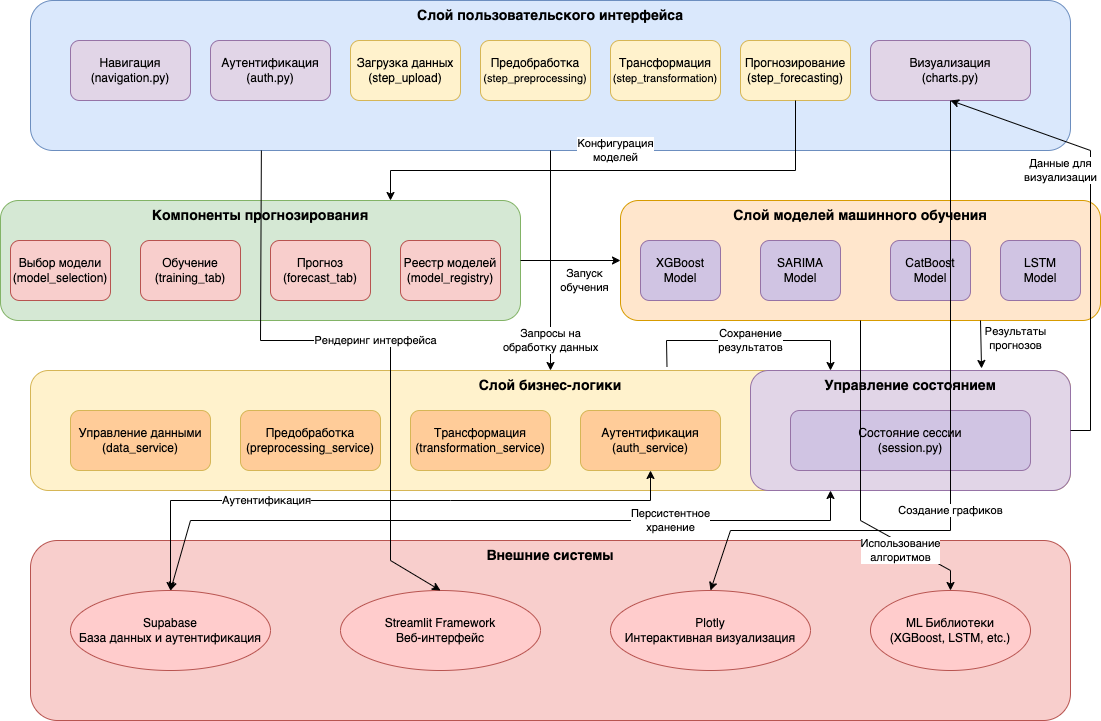
Above: utils/final_diag.png in SemyonSuvorov/streamlit_diplom (draw.io), before the change. Source tidied: cells renumbered, new cells last; positions are measured from the earlier drawing's top-left corner, leaving out a move shared by most shapes.
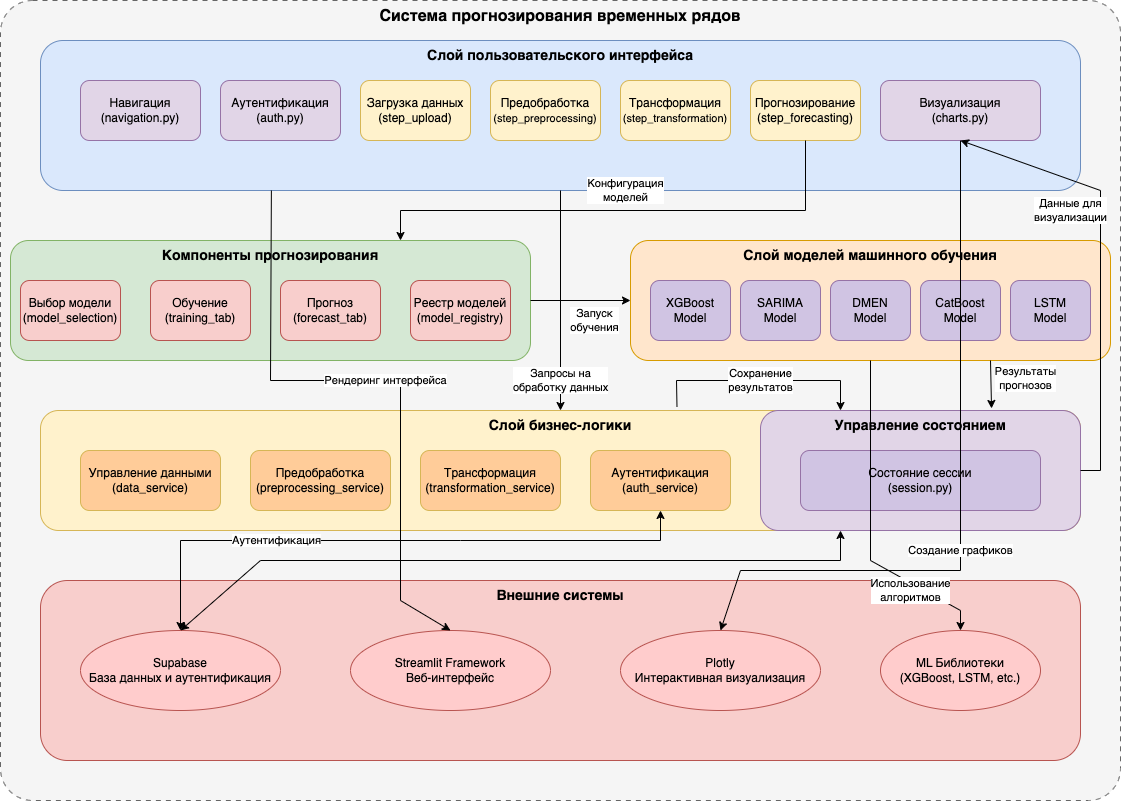
After the commit.

The edit, as a diff of the source:
```diff
@@ -2,6 +2,9 @@
   <root>
     <mxCell id="0" />
     <mxCell id="1" parent="0" />
+    <mxCell id="43" value="Система прогнозирования временных рядов" style="rounded=1;whiteSpace=wrap;html=1;fillColor=#f5f5f5;strokeColor=#666666;fontSize=16;fontStyle=1;verticalAlign=top;dashed=1;dashPattern=5 5;arcSize=4;" parent="1" vertex="1">
+      <mxGeometry x="-10" y="-40" width="1120" height="800" as="geometry" />
+    </mxCell>
     <mxCell id="2" value="Слой пользовательского интерфейса" style="rounded=1;whiteSpace=wrap;html=1;fillColor=#dae8fc;strokeColor=#6c8ebf;fontSize=14;fontStyle=1;verticalAlign=top;" parent="1" vertex="1">
       <mxGeometry x="30" width="1040" height="150" as="geometry" />
     </mxCell>
@@ -48,10 +51,10 @@
       <mxGeometry x="640" y="240" width="80" height="60" as="geometry" />
     </mxCell>
     <mxCell id="17" value="SARIMA&#10;Model" style="rounded=1;whiteSpace=wrap;html=1;fillColor=#d0c4e3;strokeColor=#9673a6;" parent="1" vertex="1">
-      <mxGeometry x="760" y="240" width="80" height="60" as="geometry" />
+      <mxGeometry x="730" y="240" width="80" height="60" as="geometry" />
     </mxCell>
     <mxCell id="18" value="CatBoost&#10;Model" style="rounded=1;whiteSpace=wrap;html=1;fillColor=#d0c4e3;strokeColor=#9673a6;" parent="1" vertex="1">
-      <mxGeometry x="890" y="240" width="80" height="60" as="geometry" />
+      <mxGeometry x="910" y="240" width="80" height="60" as="geometry" />
     </mxCell>
     <mxCell id="19" value="LSTM&#10;Model" style="rounded=1;whiteSpace=wrap;html=1;fillColor=#d0c4e3;strokeColor=#9673a6;" parent="1" vertex="1">
       <mxGeometry x="1000" y="240" width="80" height="60" as="geometry" />
@@ -125,11 +128,11 @@
         </Array>
       </mxGeometry>
     </mxCell>
-    <mxCell id="38" value="Персистентное&#10;хранение" style="endArrow=classic;startArrow=classic;html=1;rounded=0;exitX=0.25;exitY=1;exitDx=0;exitDy=0;entryX=0.5;entryY=0;entryDx=0;entryDy=0;" parent="1" edge="1" source="25" target="28">
-      <mxGeometry x="-0.49" relative="1" as="geometry">
+    <mxCell id="38" style="endArrow=classic;startArrow=classic;html=1;rounded=0;exitX=0.25;exitY=1;exitDx=0;exitDy=0;entryX=0.5;entryY=0;entryDx=0;entryDy=0;" parent="1" edge="1" source="25" target="28">
+      <mxGeometry x="-0.3" y="20" relative="1" as="geometry">
         <Array as="points">
           <mxPoint x="830" y="520" />
-          <mxPoint x="190" y="520" />
+          <mxPoint x="250" y="520" />
         </Array>
       </mxGeometry>
     </mxCell>
@@ -167,5 +170,8 @@
         </Array>
       </mxGeometry>
     </mxCell>
+    <mxCell id="44" value="DMEN&lt;br&gt;Model" style="rounded=1;whiteSpace=wrap;html=1;fillColor=#d0c4e3;strokeColor=#9673a6;" parent="1" vertex="1">
+      <mxGeometry x="820" y="240" width="80" height="60" as="geometry" />
+    </mxCell>
   </root>
 </mxGraphModel>
```
